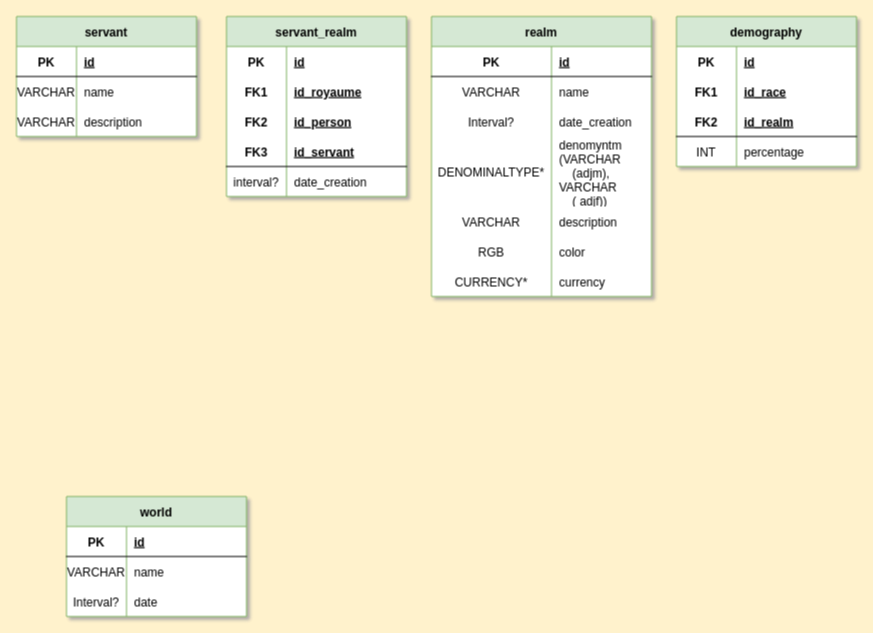
This is Conception/model_draft.drawio from WyllasSidjeno/SRPG-Database-Manager, a draw.io file, before an edit. Source tidied: cells renumbered, new cells numbered last; positions are measured from the earlier drawing's top-left corner, leaving out a move shared by most shapes. Both pictures are drawn from the tidied source at 100%, with x=0, y=0 at pixel (16, 16).
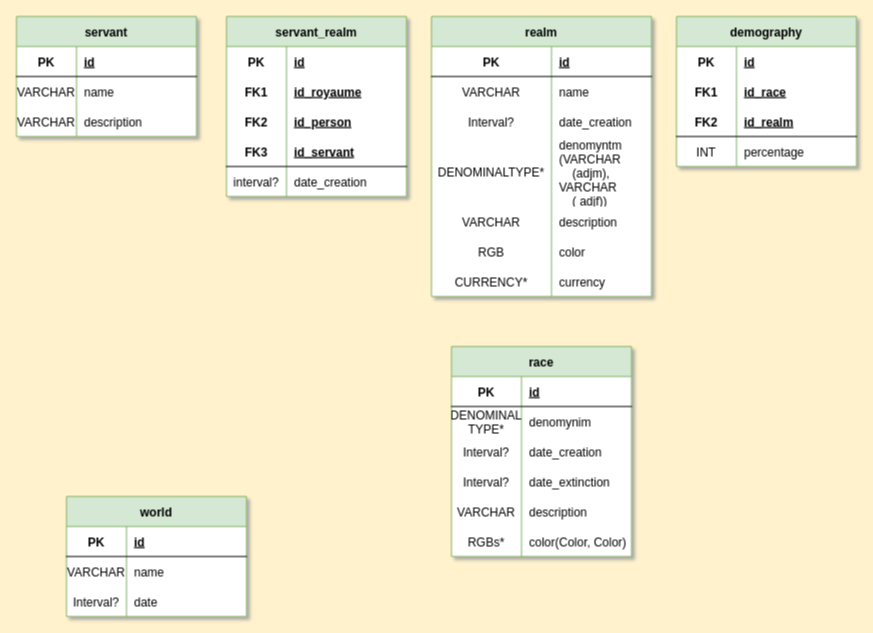
Above is the later version.

Commit message:
Finished race

Diff of the diagram source:
```diff
@@
+    <mxCell id="73" value="race" style="shape=table;startSize=30;childLayout=tableLayout;rowLines=0;fontStyle=1;align=center;fillColor=#d5e8d4;strokeColor=#82b366;swimlaneFillColor=default;labelBackgroundColor=none;" parent="1" vertex="1">
+      <mxGeometry x="435" y="330" width="180" height="210" as="geometry" />
+    </mxCell>
+    <mxCell id="74" style="shape=tableRow;horizontal=0;startSize=0;swimlaneHead=0;swimlaneBody=0;fillColor=none;top=0;left=0;right=0;bottom=1;" parent="73" vertex="1">
+      <mxGeometry y="30" width="180" height="30" as="geometry" />
+    </mxCell>
+    <mxCell id="75" value="PK" style="shape=partialRectangle;fillColor=none;top=0;left=0;bottom=0;right=0;fontStyle=1;overflow=hidden;" parent="74" vertex="1">
+      <mxGeometry width="70" height="30" as="geometry" />
+    </mxCell>
+    <mxCell id="76" value="id" style="shape=partialRectangle;fillColor=none;top=0;left=0;bottom=0;right=0;align=left;spacingLeft=6;fontStyle=5;overflow=hidden;" parent="74" vertex="1">
+      <mxGeometry x="70" width="110" height="30" as="geometry" />
+    </mxCell>
+    <mxCell id="77" style="shape=tableRow;horizontal=0;startSize=0;swimlaneHead=0;swimlaneBody=0;fillColor=none;top=0;left=0;right=0;bottom=0;" parent="73" vertex="1">
+      <mxGeometry y="60" width="180" height="30" as="geometry" />
+    </mxCell>
+    <mxCell id="78" value="DENOMINAL&#10;TYPE*" style="shape=partialRectangle;fillColor=none;top=0;left=0;bottom=0;right=0;overflow=hidden;" parent="77" vertex="1">
+      <mxGeometry width="70" height="30" as="geometry" />
+    </mxCell>
+    <mxCell id="79" value="denomynim" style="shape=partialRectangle;fillColor=none;top=0;left=0;bottom=0;right=0;align=left;spacingLeft=6;overflow=hidden;" parent="77" vertex="1">
+      <mxGeometry x="70" width="110" height="30" as="geometry" />
+    </mxCell>
+    <mxCell id="80" style="shape=tableRow;horizontal=0;startSize=0;swimlaneHead=0;swimlaneBody=0;fillColor=none;top=0;left=0;right=0;bottom=0;" parent="73" vertex="1">
+      <mxGeometry y="90" width="180" height="30" as="geometry" />
+    </mxCell>
+    <mxCell id="81" value="Interval?" style="shape=partialRectangle;fillColor=none;top=0;left=0;bottom=0;right=0;overflow=hidden;" parent="80" vertex="1">
+      <mxGeometry width="70" height="30" as="geometry" />
+    </mxCell>
+    <mxCell id="82" value="date_creation" style="shape=partialRectangle;fillColor=none;top=0;left=0;bottom=0;right=0;align=left;spacingLeft=6;overflow=hidden;" parent="80" vertex="1">
+      <mxGeometry x="70" width="110" height="30" as="geometry" />
+    </mxCell>
+    <mxCell id="83" style="shape=tableRow;horizontal=0;startSize=0;swimlaneHead=0;swimlaneBody=0;fillColor=none;top=0;left=0;right=0;bottom=0;" parent="73" vertex="1">
+      <mxGeometry y="120" width="180" height="30" as="geometry" />
+    </mxCell>
+    <mxCell id="84" value="Interval?" style="shape=partialRectangle;fillColor=none;top=0;left=0;bottom=0;right=0;overflow=hidden;" parent="83" vertex="1">
+      <mxGeometry width="70" height="30" as="geometry" />
+    </mxCell>
+    <mxCell id="85" value="date_extinction" style="shape=partialRectangle;fillColor=none;top=0;left=0;bottom=0;right=0;align=left;spacingLeft=6;overflow=hidden;" parent="83" vertex="1">
+      <mxGeometry x="70" width="110" height="30" as="geometry" />
+    </mxCell>
+    <mxCell id="86" style="shape=tableRow;horizontal=0;startSize=0;swimlaneHead=0;swimlaneBody=0;fillColor=none;top=0;left=0;right=0;bottom=0;" parent="73" vertex="1">
+      <mxGeometry y="150" width="180" height="30" as="geometry" />
+    </mxCell>
+    <mxCell id="87" value="VARCHAR" style="shape=partialRectangle;fillColor=none;top=0;left=0;bottom=0;right=0;overflow=hidden;" parent="86" vertex="1">
+      <mxGeometry width="70" height="30" as="geometry" />
+    </mxCell>
+    <mxCell id="88" value="description" style="shape=partialRectangle;fillColor=none;top=0;left=0;bottom=0;right=0;align=left;spacingLeft=6;overflow=hidden;" parent="86" vertex="1">
+      <mxGeometry x="70" width="110" height="30" as="geometry" />
+    </mxCell>
+    <mxCell id="89" style="shape=tableRow;horizontal=0;startSize=0;swimlaneHead=0;swimlaneBody=0;fillColor=none;top=0;left=0;right=0;bottom=0;" parent="73" vertex="1">
+      <mxGeometry y="180" width="180" height="30" as="geometry" />
+    </mxCell>
+    <mxCell id="90" value="RGBs*" style="shape=partialRectangle;fillColor=none;top=0;left=0;bottom=0;right=0;overflow=hidden;" parent="89" vertex="1">
+      <mxGeometry width="70" height="30" as="geometry" />
+    </mxCell>
+    <mxCell id="91" value="color(Color, Color)" style="shape=partialRectangle;fillColor=none;top=0;left=0;bottom=0;right=0;align=left;spacingLeft=6;overflow=hidden;" parent="89" vertex="1">
+      <mxGeometry x="70" width="110" height="30" as="geometry" />
+    </mxCell>
```
